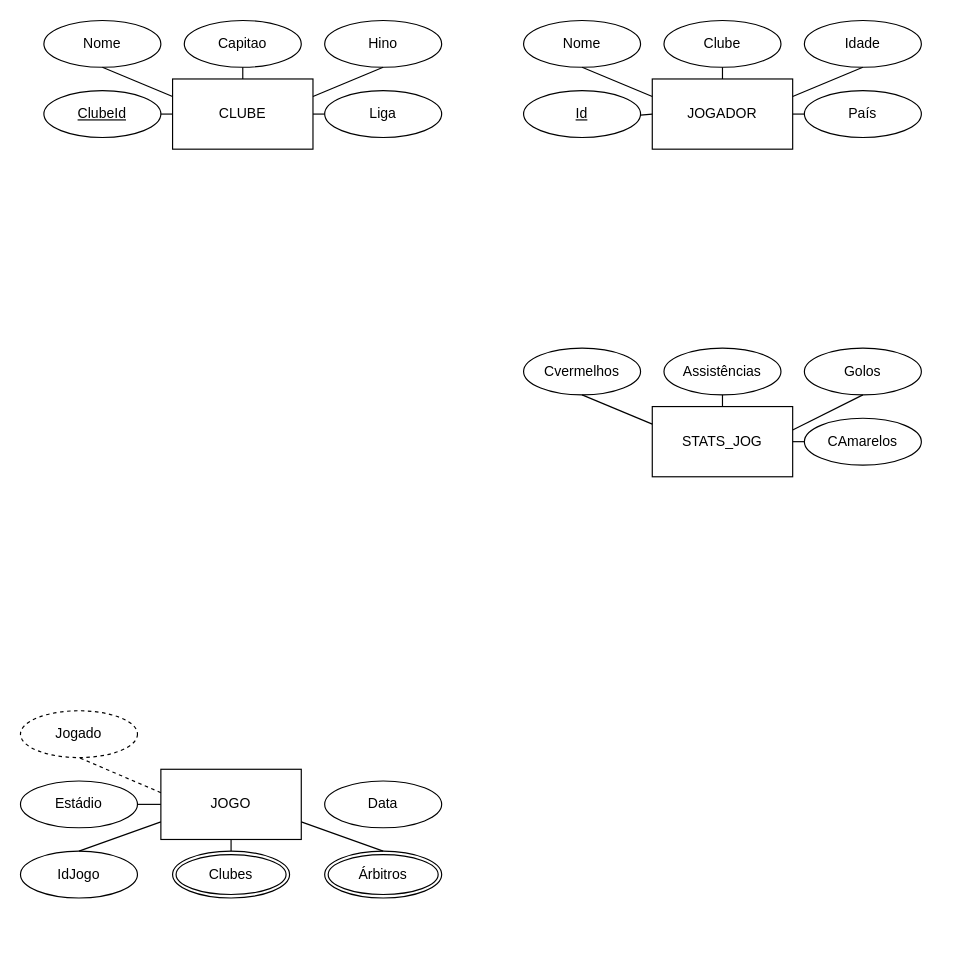
dabiditos/SistemasDeBasesDeDados keeps this draw.io diagram as Futebolada.drawio. Above is the earlier version. Source tidied: cells renumbered, new cells numbered last; positions are measured from the earlier drawing's top-left corner, leaving out a move shared by most shapes. Both pictures are drawn from the tidied source at 117%, with x=0, y=0 at pixel (20, 20).
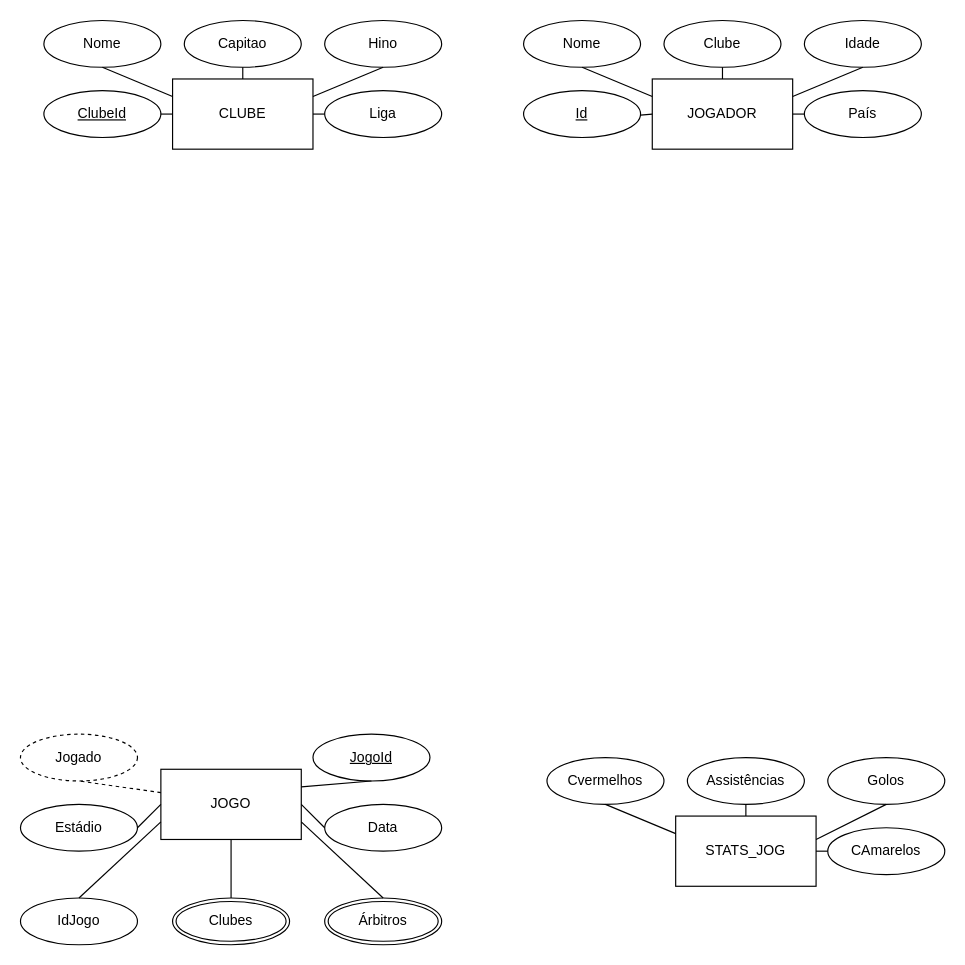
The same diagram, later.

The change refers to these unchanged cells:
```xml
<mxCell id="24" value="JOGO" style="rounded=0;whiteSpace=wrap;html=1;" parent="1" vertex="1">
  <mxGeometry x="120" y="640" width="120" height="60" as="geometry" />
</mxCell>
```

What changed in the source:
```diff
@@
     <mxCell id="25" value="Estádio" style="ellipse;whiteSpace=wrap;html=1;align=center;" parent="1" vertex="1">
-      <mxGeometry y="650" width="100" height="40" as="geometry" />
+      <mxGeometry y="670" width="100" height="40" as="geometry" />
     </mxCell>
     <mxCell id="26" value="IdJogo" style="ellipse;whiteSpace=wrap;html=1;align=center;" parent="1" vertex="1">
-      <mxGeometry y="710" width="100" height="40" as="geometry" />
+      <mxGeometry y="750" width="100" height="40" as="geometry" />
     </mxCell>
     <mxCell id="27" value="Clubes" style="ellipse;shape=doubleEllipse;margin=3;whiteSpace=wrap;html=1;align=center;" parent="1" vertex="1">
-      <mxGeometry x="130" y="710" width="100" height="40" as="geometry" />
+      <mxGeometry x="130" y="750" width="100" height="40" as="geometry" />
     </mxCell>
     <mxCell id="28" value="Árbitros" style="ellipse;shape=doubleEllipse;margin=3;whiteSpace=wrap;html=1;align=center;" parent="1" vertex="1">
-      <mxGeometry x="260" y="710" width="100" height="40" as="geometry" />
+      <mxGeometry x="260" y="750" width="100" height="40" as="geometry" />
     </mxCell>
     <mxCell id="29" value="STATS_JOG" style="rounded=0;whiteSpace=wrap;html=1;" parent="1" vertex="1">
-      <mxGeometry x="540" y="330" width="120" height="60" as="geometry" />
+      <mxGeometry x="560" y="680" width="120" height="60" as="geometry" />
     </mxCell>
@@
     <mxCell id="34" value="Assistências" style="ellipse;whiteSpace=wrap;html=1;align=center;" parent="1" vertex="1">
-      <mxGeometry x="550" y="280" width="100" height="40" as="geometry" />
+      <mxGeometry x="570" y="630" width="100" height="40" as="geometry" />
     </mxCell>
     <mxCell id="35" value="Golos" style="ellipse;whiteSpace=wrap;html=1;align=center;" parent="1" vertex="1">
-      <mxGeometry x="670" y="280" width="100" height="40" as="geometry" />
+      <mxGeometry x="690" y="630" width="100" height="40" as="geometry" />
     </mxCell>
     <mxCell id="36" style="endArrow=none;html=1;rounded=0;entryX=0.5;entryY=1;entryDx=0;entryDy=0;" parent="1" edge="1" target="35">
       <mxGeometry relative="1" as="geometry">
-        <mxPoint x="660" y="350" as="sourcePoint" />
+        <mxPoint x="680" y="700" as="sourcePoint" />
       </mxGeometry>
     </mxCell>
     <mxCell id="37" style="endArrow=none;html=1;rounded=0;entryX=0.5;entryY=1;entryDx=0;entryDy=0;" parent="1" edge="1" target="34">
       <mxGeometry relative="1" as="geometry">
-        <mxPoint x="600" y="330" as="sourcePoint" />
+        <mxPoint x="620" y="680" as="sourcePoint" />
       </mxGeometry>
     </mxCell>
     <mxCell id="38" value="CAmarelos" style="ellipse;whiteSpace=wrap;html=1;align=center;" parent="1" vertex="1">
-      <mxGeometry x="670" y="340" width="100" height="40" as="geometry" />
+      <mxGeometry x="690" y="690" width="100" height="40" as="geometry" />
     </mxCell>
     <mxCell id="39" value="Cvermelhos" style="ellipse;whiteSpace=wrap;html=1;align=center;" parent="1" vertex="1">
-      <mxGeometry x="430" y="280" width="100" height="40" as="geometry" />
+      <mxGeometry x="450" y="630" width="100" height="40" as="geometry" />
     </mxCell>
@@
     <mxCell id="42" value="Data" style="ellipse;whiteSpace=wrap;html=1;align=center;" parent="1" vertex="1">
-      <mxGeometry x="260" y="650" width="100" height="40" as="geometry" />
+      <mxGeometry x="260" y="670" width="100" height="40" as="geometry" />
     </mxCell>
@@
     <mxCell id="44" value="Jogado" style="ellipse;whiteSpace=wrap;html=1;align=center;dashed=1;" parent="1" vertex="1">
-      <mxGeometry y="590" width="100" height="40" as="geometry" />
+      <mxGeometry y="610" width="100" height="40" as="geometry" />
     </mxCell>
+    <mxCell id="45" value="&lt;u&gt;JogoId&lt;/u&gt;" style="ellipse;whiteSpace=wrap;html=1;align=center;" parent="1" vertex="1">
+      <mxGeometry x="250" y="610" width="100" height="40" as="geometry" />
+    </mxCell>
+    <mxCell id="46" style="endArrow=none;html=1;rounded=0;entryX=0;entryY=0.5;entryDx=0;entryDy=0;exitX=1;exitY=0.5;exitDx=0;exitDy=0;" parent="1" edge="1" source="24" target="42">
+      <mxGeometry relative="1" as="geometry" />
+    </mxCell>
+    <mxCell id="47" style="endArrow=none;html=1;rounded=0;entryX=0.5;entryY=1;entryDx=0;entryDy=0;exitX=1;exitY=0.25;exitDx=0;exitDy=0;" parent="1" edge="1" source="24" target="45">
+      <mxGeometry relative="1" as="geometry" />
+    </mxCell>
```
